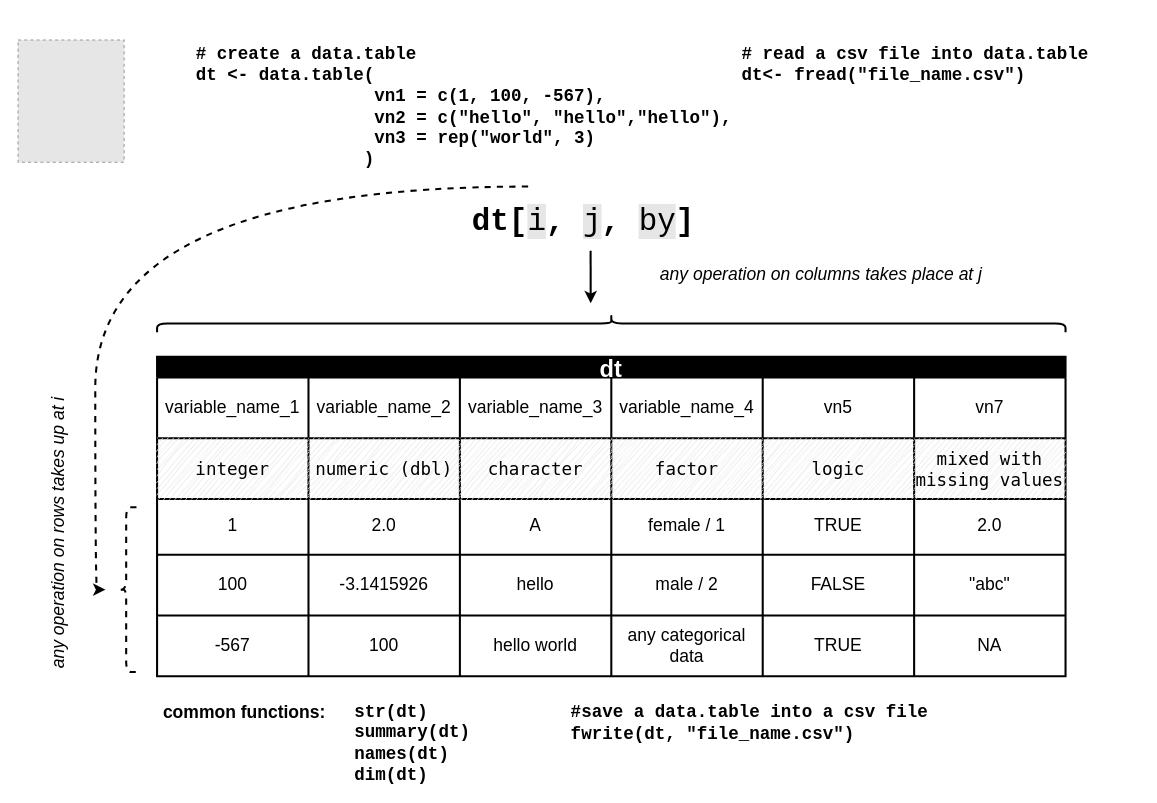
The draw.io diagram page "Page-1" (2 of 2) of drawio/R-data-table-illustration.drawio in oceanumeric/data-science-go-small, before the edit. Source tidied: cells renumbered, new cells numbered last; positions are measured from the earlier drawing's top-left corner, leaving out a move shared by most shapes. Both pictures are drawn from the tidied source at 103%, with x=0, y=0 at pixel (18, 22). Pictures stored in the file or linked from it are replaced by grey dashed boxes.
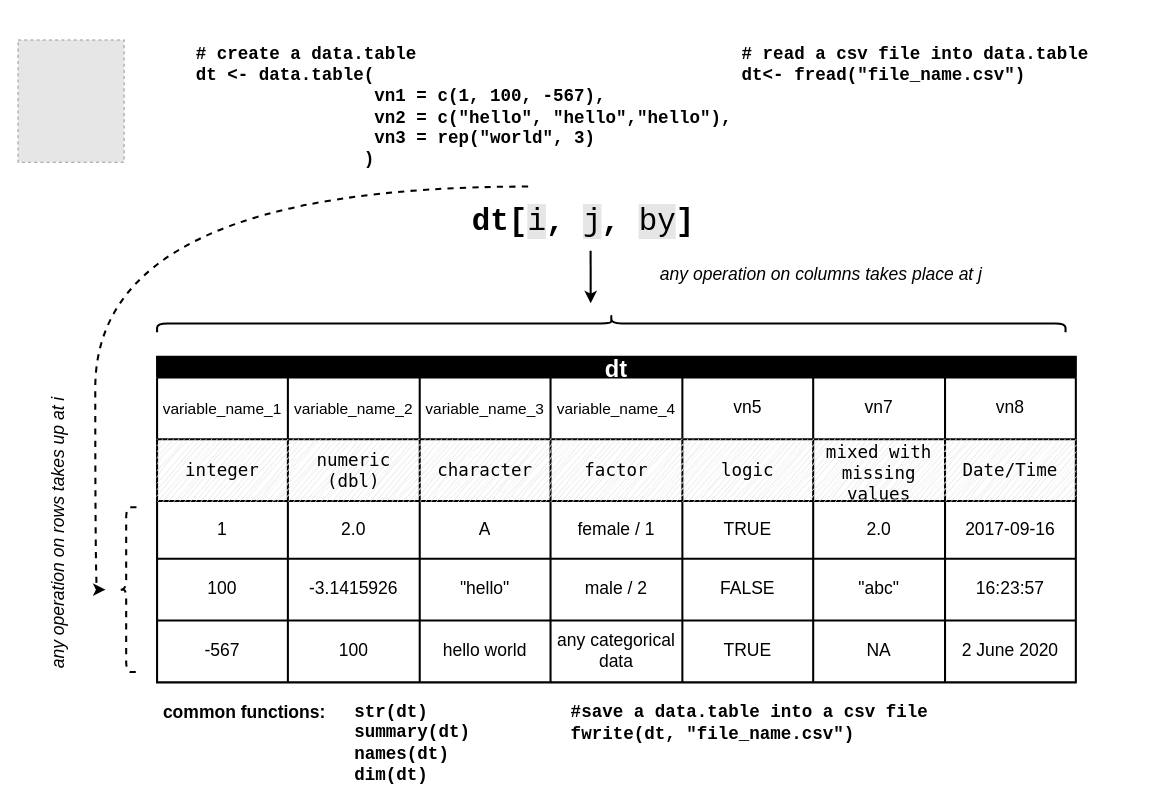
The same diagram, later.

Change to the diagram source:
```diff
@@
     <mxCell id="3" value="dt" style="shape=table;startSize=20;childLayout=tableLayout;fontStyle=1;align=center;fillStyle=auto;gradientColor=none;fillColor=#000000;swimlaneLine=1;strokeColor=#000000;fontSize=23;fontColor=#FFFFFF;strokeWidth=2;" parent="1" vertex="1">
-      <mxGeometry x="135" y="325" width="882" height="310" as="geometry" />
+      <mxGeometry x="135" y="325" width="892" height="316" as="geometry" />
     </mxCell>
     <mxCell id="4" style="shape=tableRow;horizontal=0;startSize=0;swimlaneHead=0;swimlaneBody=0;top=0;left=0;bottom=0;right=0;fillColor=none;fillStyle=auto;fontSize=17;fontColor=#000000;" parent="3" vertex="1">
-      <mxGeometry y="20" width="882" height="59" as="geometry" />
+      <mxGeometry y="20" width="892" height="60" as="geometry" />
     </mxCell>
-    <mxCell id="5" value="variable_name_1" style="shape=partialRectangle;html=1;whiteSpace=wrap;fillColor=none;top=0;left=0;bottom=0;right=0;overflow=hidden;fillStyle=auto;fontSize=17;shadow=1;gradientColor=default;fontColor=#000000;" parent="4" vertex="1">
-      <mxGeometry width="147" height="59" as="geometry" />
+    <mxCell id="5" value="variable_name_1" style="shape=partialRectangle;html=1;whiteSpace=wrap;fillColor=none;top=0;left=0;bottom=0;right=0;overflow=hidden;fillStyle=auto;fontSize=15;shadow=1;gradientColor=default;fontColor=#000000;" parent="4" vertex="1">
+      <mxGeometry width="127" height="60" as="geometry" />
     </mxCell>
-    <mxCell id="6" value="variable_name_2" style="shape=partialRectangle;html=1;whiteSpace=wrap;fillColor=none;top=0;left=0;bottom=0;right=0;overflow=hidden;fillStyle=auto;fontColor=#000000;fontSize=17;gradientColor=default;" parent="4" vertex="1">
-      <mxGeometry x="147" width="147" height="59" as="geometry" />
+    <mxCell id="6" value="variable_name_2" style="shape=partialRectangle;html=1;whiteSpace=wrap;fillColor=none;top=0;left=0;bottom=0;right=0;overflow=hidden;fillStyle=auto;fontColor=#000000;fontSize=15;gradientColor=default;" parent="4" vertex="1">
+      <mxGeometry x="127" width="128" height="60" as="geometry" />
     </mxCell>
-    <mxCell id="7" value="variable_name_3" style="shape=partialRectangle;html=1;whiteSpace=wrap;fillColor=none;top=0;left=0;bottom=0;right=0;overflow=hidden;fillStyle=auto;fontColor=#000000;fontSize=17;gradientColor=default;" parent="4" vertex="1">
-      <mxGeometry x="294" width="147" height="59" as="geometry" />
+    <mxCell id="7" value="variable_name_3" style="shape=partialRectangle;html=1;whiteSpace=wrap;fillColor=none;top=0;left=0;bottom=0;right=0;overflow=hidden;fillStyle=auto;fontColor=#000000;fontSize=15;gradientColor=default;" parent="4" vertex="1">
+      <mxGeometry x="255" width="127" height="60" as="geometry" />
     </mxCell>
-    <mxCell id="8" value="variable_name_4" style="shape=partialRectangle;html=1;whiteSpace=wrap;fillColor=none;top=0;left=0;bottom=0;right=0;overflow=hidden;fillStyle=auto;fontSize=17;fontColor=#000000;gradientColor=default;" parent="4" vertex="1">
-      <mxGeometry x="441" width="147" height="59" as="geometry" />
+    <mxCell id="8" value="variable_name_4" style="shape=partialRectangle;html=1;whiteSpace=wrap;fillColor=none;top=0;left=0;bottom=0;right=0;overflow=hidden;fillStyle=auto;fontSize=15;fontColor=#000000;gradientColor=default;" parent="4" vertex="1">
+      <mxGeometry x="382" width="128" height="60" as="geometry" />
     </mxCell>
     <mxCell id="9" value="vn5" style="shape=partialRectangle;html=1;whiteSpace=wrap;fillColor=none;top=0;left=0;bottom=0;right=0;overflow=hidden;fillStyle=auto;fontSize=17;fontColor=#000000;gradientColor=default;" parent="4" vertex="1">
-      <mxGeometry x="588" width="147" height="59" as="geometry" />
+      <mxGeometry x="510" width="127" height="60" as="geometry" />
     </mxCell>
     <mxCell id="10" value="vn7" style="shape=partialRectangle;html=1;whiteSpace=wrap;fillColor=none;top=0;left=0;bottom=0;right=0;overflow=hidden;fillStyle=auto;fontSize=17;fontColor=#000000;gradientColor=default;" parent="4" vertex="1">
-      <mxGeometry x="735" width="147" height="59" as="geometry" />
+      <mxGeometry x="637" width="128" height="60" as="geometry" />
     </mxCell>
+    <mxCell id="51" value="vn8" style="shape=partialRectangle;html=1;whiteSpace=wrap;fillColor=none;top=0;left=0;bottom=0;right=0;overflow=hidden;fillStyle=auto;fontSize=17;fontColor=#000000;gradientColor=default;" parent="4" vertex="1">
+      <mxGeometry x="765" width="127" height="60" as="geometry" />
+    </mxCell>
     <mxCell id="11" style="shape=tableRow;horizontal=0;startSize=0;swimlaneHead=0;swimlaneBody=0;top=0;left=0;bottom=0;right=0;fillColor=none;fillStyle=auto;fontSize=17;fontColor=#000000;" parent="3" vertex="1">
-      <mxGeometry y="79" width="882" height="59" as="geometry" />
+      <mxGeometry y="80" width="892" height="60" as="geometry" />
     </mxCell>
     <mxCell id="12" value="&lt;font color=&quot;#000000&quot; style=&quot;font-size: 17px;&quot;&gt;integer&lt;/font&gt;" style="shape=partialRectangle;html=1;whiteSpace=wrap;fillColor=#E6E6E6;top=0;left=0;bottom=0;right=0;overflow=hidden;fillStyle=auto;fontSize=17;shadow=0;gradientColor=none;strokeColor=#000000;fontFamily=Lucida Console;sketch=1;curveFitting=1;jiggle=2;" parent="11" vertex="1">
-      <mxGeometry width="147" height="59" as="geometry" />
+      <mxGeometry width="127" height="60" as="geometry" />
     </mxCell>
     <mxCell id="13" value="numeric (dbl)" style="shape=partialRectangle;html=1;whiteSpace=wrap;fillColor=#E6E6E6;top=0;left=0;bottom=0;right=0;overflow=hidden;fillStyle=auto;fontColor=#000000;fontSize=17;gradientColor=none;fontFamily=Lucida Console;strokeColor=#000000;sketch=1;curveFitting=1;jiggle=2;" parent="11" vertex="1">
-      <mxGeometry x="147" width="147" height="59" as="geometry" />
+      <mxGeometry x="127" width="128" height="60" as="geometry" />
     </mxCell>
     <mxCell id="14" value="character" style="shape=partialRectangle;html=1;whiteSpace=wrap;fillColor=#E6E6E6;top=0;left=0;bottom=0;right=0;overflow=hidden;fillStyle=auto;fontColor=#000000;fontSize=17;gradientColor=none;fontFamily=Lucida Console;strokeColor=#000000;sketch=1;curveFitting=1;jiggle=2;" parent="11" vertex="1">
-      <mxGeometry x="294" width="147" height="59" as="geometry" />
+      <mxGeometry x="255" width="127" height="60" as="geometry" />
     </mxCell>
     <mxCell id="15" value="factor" style="shape=partialRectangle;html=1;whiteSpace=wrap;fillColor=#E6E6E6;top=0;left=0;bottom=0;right=0;overflow=hidden;fillStyle=auto;fontSize=17;fontColor=#000000;gradientColor=none;fontFamily=Lucida Console;strokeColor=#000000;sketch=1;curveFitting=1;jiggle=2;" parent="11" vertex="1">
-      <mxGeometry x="441" width="147" height="59" as="geometry" />
+      <mxGeometry x="382" width="128" height="60" as="geometry" />
     </mxCell>
     <mxCell id="16" value="logic" style="shape=partialRectangle;html=1;whiteSpace=wrap;fillColor=#E6E6E6;top=0;left=0;bottom=0;right=0;overflow=hidden;fillStyle=auto;fontSize=17;fontColor=#000000;gradientColor=none;fontFamily=Lucida Console;strokeColor=#000000;sketch=1;curveFitting=1;jiggle=2;" parent="11" vertex="1">
-      <mxGeometry x="588" width="147" height="59" as="geometry" />
+      <mxGeometry x="510" width="127" height="60" as="geometry" />
     </mxCell>
     <mxCell id="17" value="mixed with missing values" style="shape=partialRectangle;html=1;whiteSpace=wrap;fillColor=#E6E6E6;top=0;left=0;bottom=0;right=0;overflow=hidden;fillStyle=auto;fontSize=17;fontColor=#000000;gradientColor=none;fontFamily=Lucida Console;strokeColor=#000000;sketch=1;curveFitting=1;jiggle=2;" parent="11" vertex="1">
-      <mxGeometry x="735" width="147" height="59" as="geometry" />
+      <mxGeometry x="637" width="128" height="60" as="geometry" />
     </mxCell>
+    <mxCell id="52" value="Date/Time" style="shape=partialRectangle;html=1;whiteSpace=wrap;fillColor=#E6E6E6;top=0;left=0;bottom=0;right=0;overflow=hidden;fillStyle=auto;fontSize=17;fontColor=#000000;gradientColor=none;fontFamily=Lucida Console;strokeColor=#000000;sketch=1;curveFitting=1;jiggle=2;" parent="11" vertex="1">
+      <mxGeometry x="765" width="127" height="60" as="geometry" />
+    </mxCell>
     <mxCell id="18" style="shape=tableRow;horizontal=0;startSize=0;swimlaneHead=0;swimlaneBody=0;top=0;left=0;bottom=0;right=0;fillColor=none;fillStyle=auto;fontColor=#000000;fontSize=17;" parent="3" vertex="1">
-      <mxGeometry y="138" width="882" height="54" as="geometry" />
+      <mxGeometry y="140" width="892" height="56" as="geometry" />
     </mxCell>
     <mxCell id="19" value="&lt;font color=&quot;#000000&quot; style=&quot;font-size: 17px;&quot;&gt;1&lt;/font&gt;" style="shape=partialRectangle;html=1;whiteSpace=wrap;fillColor=none;top=0;left=0;bottom=0;right=0;overflow=hidden;fillStyle=auto;strokeColor=#000000;" parent="18" vertex="1">
-      <mxGeometry width="147" height="54" as="geometry" />
+      <mxGeometry width="127" height="56" as="geometry" />
     </mxCell>
     <mxCell id="20" value="2.0" style="shape=partialRectangle;html=1;whiteSpace=wrap;fillColor=none;top=0;left=0;bottom=0;right=0;overflow=hidden;fillStyle=auto;fontSize=17;fontColor=#000000;" parent="18" vertex="1">
-      <mxGeometry x="147" width="147" height="54" as="geometry" />
+      <mxGeometry x="127" width="128" height="56" as="geometry" />
     </mxCell>
     <mxCell id="21" value="A" style="shape=partialRectangle;html=1;whiteSpace=wrap;fillColor=none;top=0;left=0;bottom=0;right=0;overflow=hidden;fillStyle=auto;fontSize=17;fontColor=#000000;" parent="18" vertex="1">
-      <mxGeometry x="294" width="147" height="54" as="geometry" />
+      <mxGeometry x="255" width="127" height="56" as="geometry" />
     </mxCell>
     <mxCell id="22" value="female / 1" style="shape=partialRectangle;html=1;whiteSpace=wrap;fillColor=none;top=0;left=0;bottom=0;right=0;overflow=hidden;fillStyle=auto;fontSize=17;fontColor=#000000;" parent="18" vertex="1">
-      <mxGeometry x="441" width="147" height="54" as="geometry" />
+      <mxGeometry x="382" width="128" height="56" as="geometry" />
     </mxCell>
     <mxCell id="23" value="TRUE" style="shape=partialRectangle;html=1;whiteSpace=wrap;fillColor=none;top=0;left=0;bottom=0;right=0;overflow=hidden;fillStyle=auto;fontSize=17;fontColor=#000000;" parent="18" vertex="1">
-      <mxGeometry x="588" width="147" height="54" as="geometry" />
+      <mxGeometry x="510" width="127" height="56" as="geometry" />
     </mxCell>
     <mxCell id="24" value="2.0" style="shape=partialRectangle;html=1;whiteSpace=wrap;fillColor=none;top=0;left=0;bottom=0;right=0;overflow=hidden;fillStyle=auto;fontSize=17;fontColor=#000000;" parent="18" vertex="1">
-      <mxGeometry x="735" width="147" height="54" as="geometry" />
+      <mxGeometry x="637" width="128" height="56" as="geometry" />
     </mxCell>
+    <mxCell id="53" value="2017-09-16" style="shape=partialRectangle;html=1;whiteSpace=wrap;fillColor=none;top=0;left=0;bottom=0;right=0;overflow=hidden;fillStyle=auto;fontSize=17;fontColor=#000000;" parent="18" vertex="1">
+      <mxGeometry x="765" width="127" height="56" as="geometry" />
+    </mxCell>
     <mxCell id="25" style="shape=tableRow;horizontal=0;startSize=0;swimlaneHead=0;swimlaneBody=0;top=0;left=0;bottom=0;right=0;fillColor=none;fillStyle=auto;" parent="3" vertex="1">
-      <mxGeometry y="192" width="882" height="59" as="geometry" />
+      <mxGeometry y="196" width="892" height="60" as="geometry" />
     </mxCell>
     <mxCell id="26" value="100" style="shape=partialRectangle;html=1;whiteSpace=wrap;fillColor=none;top=0;left=0;bottom=0;right=0;overflow=hidden;fillStyle=auto;fontColor=#000000;fontSize=17;" parent="25" vertex="1">
-      <mxGeometry width="147" height="59" as="geometry" />
+      <mxGeometry width="127" height="60" as="geometry" />
     </mxCell>
     <mxCell id="27" value="-3.1415926" style="shape=partialRectangle;html=1;whiteSpace=wrap;fillColor=none;top=0;left=0;bottom=0;right=0;overflow=hidden;fillStyle=auto;fontColor=#000000;fontSize=17;" parent="25" vertex="1">
-      <mxGeometry x="147" width="147" height="59" as="geometry" />
+      <mxGeometry x="127" width="128" height="60" as="geometry" />
     </mxCell>
-    <mxCell id="28" value="hello" style="shape=partialRectangle;html=1;whiteSpace=wrap;fillColor=none;top=0;left=0;bottom=0;right=0;overflow=hidden;fillStyle=auto;fontSize=17;fontColor=#000000;" parent="25" vertex="1">
-      <mxGeometry x="294" width="147" height="59" as="geometry" />
+    <mxCell id="28" value="&quot;hello&quot;" style="shape=partialRectangle;html=1;whiteSpace=wrap;fillColor=none;top=0;left=0;bottom=0;right=0;overflow=hidden;fillStyle=auto;fontSize=17;fontColor=#000000;" parent="25" vertex="1">
+      <mxGeometry x="255" width="127" height="60" as="geometry" />
     </mxCell>
     <mxCell id="29" value="male / 2" style="shape=partialRectangle;html=1;whiteSpace=wrap;fillColor=none;top=0;left=0;bottom=0;right=0;overflow=hidden;fillStyle=auto;fontColor=#000000;fontSize=17;" parent="25" vertex="1">
-      <mxGeometry x="441" width="147" height="59" as="geometry" />
+      <mxGeometry x="382" width="128" height="60" as="geometry" />
     </mxCell>
     <mxCell id="30" value="FALSE" style="shape=partialRectangle;html=1;whiteSpace=wrap;fillColor=none;top=0;left=0;bottom=0;right=0;overflow=hidden;fillStyle=auto;fontColor=#000000;fontSize=17;" parent="25" vertex="1">
-      <mxGeometry x="588" width="147" height="59" as="geometry" />
+      <mxGeometry x="510" width="127" height="60" as="geometry" />
     </mxCell>
     <mxCell id="31" value="&quot;abc&quot;" style="shape=partialRectangle;html=1;whiteSpace=wrap;fillColor=none;top=0;left=0;bottom=0;right=0;overflow=hidden;fillStyle=auto;fontColor=#000000;fontSize=17;" parent="25" vertex="1">
-      <mxGeometry x="735" width="147" height="59" as="geometry" />
+      <mxGeometry x="637" width="128" height="60" as="geometry" />
     </mxCell>
+    <mxCell id="54" value="16:23:57" style="shape=partialRectangle;html=1;whiteSpace=wrap;fillColor=none;top=0;left=0;bottom=0;right=0;overflow=hidden;fillStyle=auto;fontColor=#000000;fontSize=17;" parent="25" vertex="1">
+      <mxGeometry x="765" width="127" height="60" as="geometry" />
+    </mxCell>
     <mxCell id="32" style="shape=tableRow;horizontal=0;startSize=0;swimlaneHead=0;swimlaneBody=0;top=0;left=0;bottom=0;right=0;fillColor=none;fillStyle=auto;" parent="3" vertex="1">
-      <mxGeometry y="251" width="882" height="59" as="geometry" />
+      <mxGeometry y="256" width="892" height="60" as="geometry" />
     </mxCell>
     <mxCell id="33" value="-567" style="shape=partialRectangle;html=1;whiteSpace=wrap;fillColor=none;top=0;left=0;bottom=0;right=0;overflow=hidden;fillStyle=auto;fontColor=#000000;fontSize=17;" parent="32" vertex="1">
-      <mxGeometry width="147" height="59" as="geometry" />
+      <mxGeometry width="127" height="60" as="geometry" />
     </mxCell>
     <mxCell id="34" value="100" style="shape=partialRectangle;html=1;whiteSpace=wrap;fillColor=none;top=0;left=0;bottom=0;right=0;overflow=hidden;fillStyle=auto;fontColor=#000000;fontSize=17;" parent="32" vertex="1">
-      <mxGeometry x="147" width="147" height="59" as="geometry" />
+      <mxGeometry x="127" width="128" height="60" as="geometry" />
     </mxCell>
     <mxCell id="35" value="hello world" style="shape=partialRectangle;html=1;whiteSpace=wrap;fillColor=none;top=0;left=0;bottom=0;right=0;overflow=hidden;fillStyle=auto;fontColor=#000000;fontSize=17;" parent="32" vertex="1">
-      <mxGeometry x="294" width="147" height="59" as="geometry" />
+      <mxGeometry x="255" width="127" height="60" as="geometry" />
     </mxCell>
     <mxCell id="36" value="any categorical data" style="shape=partialRectangle;html=1;whiteSpace=wrap;fillColor=none;top=0;left=0;bottom=0;right=0;overflow=hidden;fillStyle=auto;fontColor=#000000;fontSize=17;" parent="32" vertex="1">
-      <mxGeometry x="441" width="147" height="59" as="geometry" />
+      <mxGeometry x="382" width="128" height="60" as="geometry" />
     </mxCell>
     <mxCell id="37" value="TRUE" style="shape=partialRectangle;html=1;whiteSpace=wrap;fillColor=none;top=0;left=0;bottom=0;right=0;overflow=hidden;fillStyle=auto;fontColor=#000000;fontSize=17;" parent="32" vertex="1">
-      <mxGeometry x="588" width="147" height="59" as="geometry" />
+      <mxGeometry x="510" width="127" height="60" as="geometry" />
     </mxCell>
     <mxCell id="38" value="NA" style="shape=partialRectangle;html=1;whiteSpace=wrap;fillColor=none;top=0;left=0;bottom=0;right=0;overflow=hidden;fillStyle=auto;fontColor=#000000;fontSize=17;" parent="32" vertex="1">
-      <mxGeometry x="735" width="147" height="59" as="geometry" />
+      <mxGeometry x="637" width="128" height="60" as="geometry" />
     </mxCell>
+    <mxCell id="55" value="2 June 2020" style="shape=partialRectangle;html=1;whiteSpace=wrap;fillColor=none;top=0;left=0;bottom=0;right=0;overflow=hidden;fillStyle=auto;fontColor=#000000;fontSize=17;" parent="32" vertex="1">
+      <mxGeometry x="765" width="127" height="60" as="geometry" />
+    </mxCell>
```
